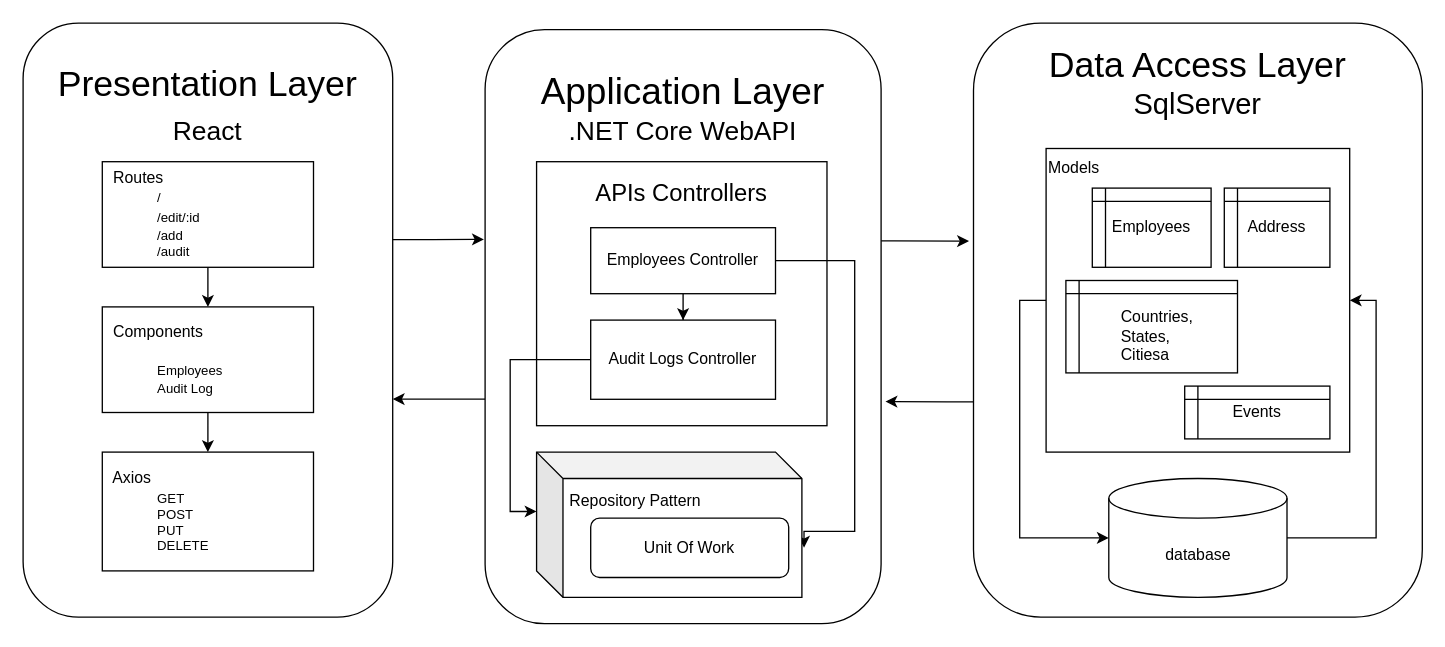
ShivaShirsath/React-AuditForEmp keeps this draw.io diagram as src/assets/Untitled Diagram.drawio. Above is the earlier version. Source tidied: cells renumbered, new cells numbered last; positions are measured from the earlier drawing's top-left corner, leaving out a move shared by most shapes. Both pictures are drawn from the tidied source at 132%, with x=0, y=0 at pixel (22, 22).
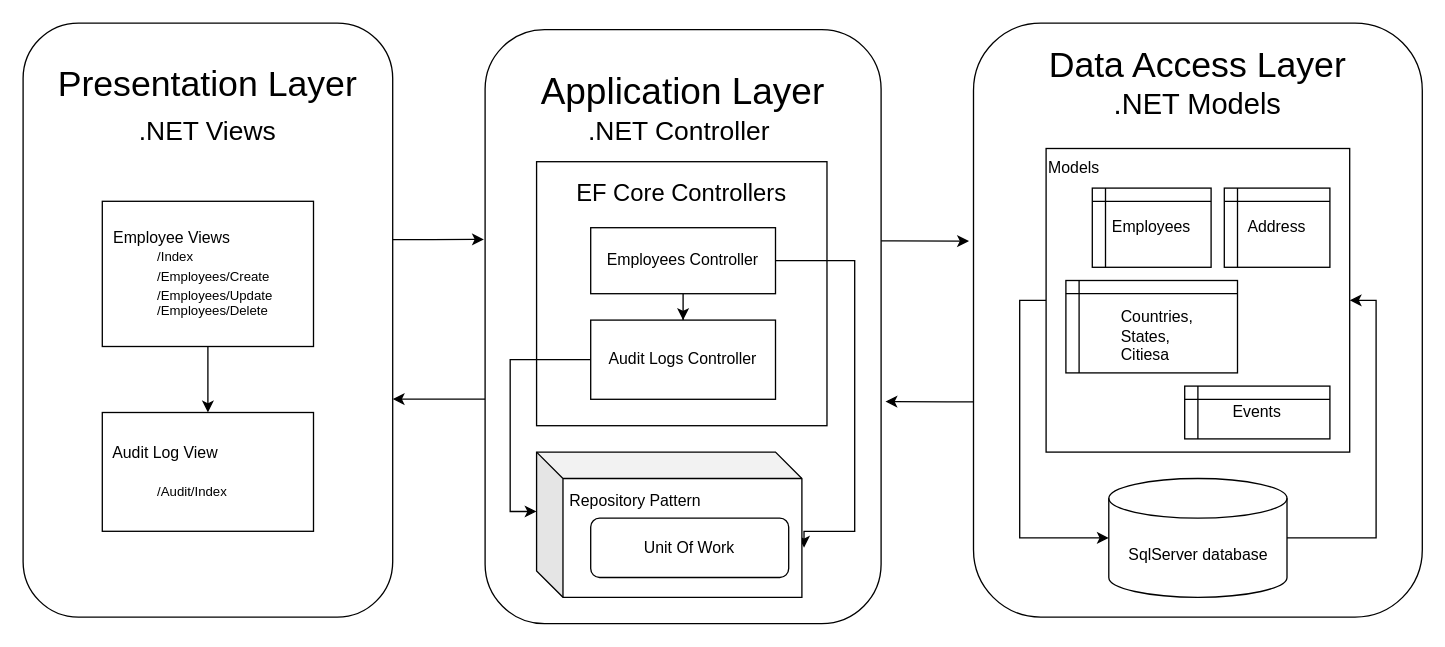
After the change.

What changed in the source:
```diff
@@
-    <mxCell id="3" value="&lt;font style=&quot;font-size: 27px;&quot;&gt;Presentation Layer&lt;br&gt;&lt;/font&gt;&lt;font style=&quot;font-size: 20px;&quot;&gt;React&lt;/font&gt;&lt;font style=&quot;font-size: 27px;&quot;&gt;&lt;br&gt;&lt;br&gt;&lt;br&gt;&lt;br&gt;&lt;br&gt;&lt;br&gt;&lt;br&gt;&lt;br&gt;&lt;br&gt;&lt;br&gt;&lt;br&gt;&lt;/font&gt;" style="rounded=1;whiteSpace=wrap;html=1;" parent="1" vertex="1">
+    <mxCell id="3" value="&lt;font style=&quot;font-size: 27px;&quot;&gt;Presentation Layer&lt;br&gt;&lt;/font&gt;&lt;font style=&quot;font-size: 20px;&quot;&gt;.NET Views&lt;/font&gt;&lt;font style=&quot;font-size: 27px;&quot;&gt;&lt;br&gt;&lt;br&gt;&lt;br&gt;&lt;br&gt;&lt;br&gt;&lt;br&gt;&lt;br&gt;&lt;br&gt;&lt;br&gt;&lt;br&gt;&lt;br&gt;&lt;/font&gt;" style="rounded=1;whiteSpace=wrap;html=1;" parent="1" vertex="1">
       <mxGeometry width="280" height="450" as="geometry" />
     </mxCell>
@@
-    <mxCell id="6" value="&lt;font&gt;&lt;span style=&quot;font-size: 28px;&quot;&gt;Application Layer&lt;/span&gt;&lt;/font&gt;&lt;font style=&quot;&quot;&gt;&lt;br&gt;&lt;font style=&quot;font-size: 20px;&quot;&gt;.NET Core WebAPI&lt;/font&gt;&lt;/font&gt;&lt;font&gt;&lt;br&gt;&lt;br&gt;&lt;br&gt;&lt;br&gt;&lt;br&gt;&lt;br&gt;&lt;br&gt;&lt;br&gt;&lt;br&gt;&lt;br&gt;&lt;br&gt;&lt;br&gt;&lt;br&gt;&lt;br&gt;&lt;br&gt;&lt;br&gt;&lt;br&gt;&lt;br&gt;&lt;br&gt;&lt;br&gt;&lt;br&gt;&lt;br&gt;&lt;br&gt;&lt;br&gt;&lt;/font&gt;" style="rounded=1;whiteSpace=wrap;html=1;align=center;" parent="1" vertex="1">
+    <mxCell id="6" value="&lt;font&gt;&lt;span style=&quot;font-size: 28px;&quot;&gt;Application Layer&lt;/span&gt;&lt;/font&gt;&lt;font style=&quot;&quot;&gt;&lt;br&gt;&lt;font style=&quot;font-size: 20px;&quot;&gt;.NET Controller&amp;nbsp;&lt;/font&gt;&lt;/font&gt;&lt;font&gt;&lt;br&gt;&lt;br&gt;&lt;br&gt;&lt;br&gt;&lt;br&gt;&lt;br&gt;&lt;br&gt;&lt;br&gt;&lt;br&gt;&lt;br&gt;&lt;br&gt;&lt;br&gt;&lt;br&gt;&lt;br&gt;&lt;br&gt;&lt;br&gt;&lt;br&gt;&lt;br&gt;&lt;br&gt;&lt;br&gt;&lt;br&gt;&lt;br&gt;&lt;br&gt;&lt;br&gt;&lt;/font&gt;" style="rounded=1;whiteSpace=wrap;html=1;align=center;" parent="1" vertex="1">
       <mxGeometry x="350" y="5" width="300" height="450" as="geometry" />
     </mxCell>
@@
-    <mxCell id="8" value="&lt;font&gt;&lt;span style=&quot;font-size: 27px;&quot;&gt;Data Access Layer&lt;/span&gt;&lt;br&gt;&lt;/font&gt;&lt;font style=&quot;font-size: 22px;&quot;&gt;SqlServer&lt;/font&gt;&lt;font&gt;&lt;br&gt;&lt;br&gt;&lt;br&gt;&lt;br&gt;&lt;br&gt;&lt;br&gt;&lt;br&gt;&lt;br&gt;&lt;br&gt;&lt;br&gt;&lt;br&gt;&lt;br&gt;&lt;br&gt;&lt;br&gt;&lt;br&gt;&lt;br&gt;&lt;br&gt;&lt;br&gt;&lt;br&gt;&lt;br&gt;&lt;br&gt;&lt;br&gt;&lt;br&gt;&lt;br&gt;&lt;br&gt;&lt;br&gt;&lt;/font&gt;" style="rounded=1;whiteSpace=wrap;html=1;" parent="1" vertex="1">
+    <mxCell id="8" value="&lt;font&gt;&lt;span style=&quot;font-size: 27px;&quot;&gt;Data Access Layer&lt;/span&gt;&lt;br&gt;&lt;/font&gt;&lt;font style=&quot;font-size: 22px;&quot;&gt;.NET Models&lt;/font&gt;&lt;font&gt;&lt;br&gt;&lt;br&gt;&lt;br&gt;&lt;br&gt;&lt;br&gt;&lt;br&gt;&lt;br&gt;&lt;br&gt;&lt;br&gt;&lt;br&gt;&lt;br&gt;&lt;br&gt;&lt;br&gt;&lt;br&gt;&lt;br&gt;&lt;br&gt;&lt;br&gt;&lt;br&gt;&lt;br&gt;&lt;br&gt;&lt;br&gt;&lt;br&gt;&lt;br&gt;&lt;br&gt;&lt;br&gt;&lt;br&gt;&lt;/font&gt;" style="rounded=1;whiteSpace=wrap;html=1;" parent="1" vertex="1">
       <mxGeometry x="720" width="340" height="450" as="geometry" />
     </mxCell>
@@
-    <mxCell id="10" value="&lt;blockquote style=&quot;margin: 0 0 0 40px; border: none; padding: 0px;&quot;&gt;&lt;/blockquote&gt;&lt;span style=&quot;background-color: initial;&quot;&gt;&amp;nbsp; Routes&lt;/span&gt;&lt;br&gt;&lt;blockquote style=&quot;margin: 0 0 0 40px; border: none; padding: 0px;&quot;&gt;&lt;span style=&quot;background-color: initial; font-size: 10px;&quot;&gt;/&lt;br&gt;&lt;/span&gt;&lt;span style=&quot;background-color: initial; font-size: 10px;&quot;&gt;/edit/:id&lt;br&gt;&lt;/span&gt;&lt;span style=&quot;background-color: initial; font-size: 10px;&quot;&gt;/add&lt;/span&gt;&lt;font style=&quot;font-size: 10px;&quot;&gt;&lt;div style=&quot;&quot;&gt;&lt;span style=&quot;background-color: initial;&quot;&gt;/audit&lt;/span&gt;&lt;/div&gt;&lt;/font&gt;&lt;/blockquote&gt;" style="rounded=0;whiteSpace=wrap;html=1;align=left;" parent="1" vertex="1">
-      <mxGeometry x="60" y="105" width="160" height="80" as="geometry" />
+    <mxCell id="10" value="&lt;blockquote style=&quot;margin: 0 0 0 40px; border: none; padding: 0px;&quot;&gt;&lt;/blockquote&gt;&lt;span style=&quot;background-color: initial;&quot;&gt;&amp;nbsp; Employee Views&lt;/span&gt;&lt;br style=&quot;border-color: var(--border-color);&quot;&gt;&lt;blockquote style=&quot;margin: 0 0 0 40px; border: none; padding: 0px;&quot;&gt;&lt;span style=&quot;background-color: initial; font-size: 10px;&quot;&gt;/Index&lt;/span&gt;&lt;br style=&quot;border-color: var(--border-color);&quot;&gt;&lt;span style=&quot;border-color: var(--border-color); background-color: initial; font-size: 10px;&quot;&gt;/Employees/Create&lt;/span&gt;&lt;span style=&quot;background-color: initial; font-size: 10px;&quot;&gt;&lt;br&gt;&lt;/span&gt;&lt;font style=&quot;font-size: 10px;&quot;&gt;&lt;span style=&quot;border-color: var(--border-color); background-color: initial;&quot;&gt;/Employees/Update&lt;/span&gt;&lt;div style=&quot;&quot;&gt;&lt;span style=&quot;border-color: var(--border-color); background-color: initial;&quot;&gt;/Employees/Delete&lt;/span&gt;&lt;br&gt;&lt;/div&gt;&lt;/font&gt;&lt;/blockquote&gt;" style="rounded=0;whiteSpace=wrap;html=1;align=left;" parent="1" vertex="1">
+      <mxGeometry x="60" y="135" width="160" height="110" as="geometry" />
     </mxCell>
-    <mxCell id="11" style="edgeStyle=orthogonalEdgeStyle;rounded=0;jettySize=auto;html=1;entryX=0.5;entryY=0;entryDx=0;entryDy=0;" parent="1" edge="1" source="12" target="13">
-      <mxGeometry relative="1" as="geometry" />
-    </mxCell>
-    <mxCell id="12" value="&amp;nbsp; Components&lt;br&gt;&lt;font style=&quot;font-size: 10px;&quot;&gt;&lt;br&gt;&lt;/font&gt;&lt;blockquote style=&quot;margin: 0 0 0 40px; border: none; padding: 0px;&quot;&gt;&lt;font style=&quot;font-size: 10px;&quot;&gt;Employees&lt;br&gt;&lt;/font&gt;&lt;font style=&quot;font-size: 10px;&quot;&gt;Audit Log&lt;/font&gt;&lt;/blockquote&gt;" style="rounded=0;whiteSpace=wrap;html=1;align=left;" parent="1" vertex="1">
-      <mxGeometry x="60" y="215" width="160" height="80" as="geometry" />
+    <mxCell id="12" value="&amp;nbsp; Audit Log View&lt;br&gt;&lt;font style=&quot;font-size: 10px;&quot;&gt;&lt;br&gt;&lt;/font&gt;&lt;blockquote style=&quot;margin: 0 0 0 40px; border: none; padding: 0px;&quot;&gt;&lt;font style=&quot;font-size: 10px;&quot;&gt;/Audit/Index&lt;/font&gt;&lt;br&gt;&lt;/blockquote&gt;" style="rounded=0;whiteSpace=wrap;html=1;align=left;" parent="1" vertex="1">
+      <mxGeometry x="60" y="295" width="160" height="90" as="geometry" />
     </mxCell>
-    <mxCell id="13" value="&lt;div style=&quot;&quot;&gt;&lt;span style=&quot;background-color: initial;&quot;&gt;&amp;nbsp; Axios&lt;/span&gt;&lt;/div&gt;&lt;blockquote style=&quot;margin: 0 0 0 40px; border: none; padding: 0px;&quot;&gt;&lt;div style=&quot;&quot;&gt;&lt;span style=&quot;font-size: 10px; background-color: initial;&quot;&gt;GET&lt;/span&gt;&lt;/div&gt;&lt;font style=&quot;font-size: 10px;&quot;&gt;&lt;div style=&quot;&quot;&gt;&lt;span style=&quot;background-color: initial;&quot;&gt;POST&lt;/span&gt;&lt;/div&gt;&lt;/font&gt;&lt;font style=&quot;font-size: 10px;&quot;&gt;&lt;div style=&quot;&quot;&gt;&lt;span style=&quot;background-color: initial;&quot;&gt;PUT&lt;/span&gt;&lt;/div&gt;&lt;/font&gt;&lt;font style=&quot;font-size: 10px;&quot;&gt;&lt;div style=&quot;&quot;&gt;&lt;span style=&quot;background-color: initial;&quot;&gt;DELETE&lt;/span&gt;&lt;/div&gt;&lt;/font&gt;&lt;/blockquote&gt;" style="rounded=0;whiteSpace=wrap;html=1;align=left;" parent="1" vertex="1">
-      <mxGeometry x="60" y="325" width="160" height="90" as="geometry" />
-    </mxCell>
-    <mxCell id="14" value="&lt;font style=&quot;font-size: 18px;&quot;&gt;APIs Controllers&lt;br&gt;&lt;br&gt;&lt;br&gt;&lt;br&gt;&lt;br&gt;&lt;br&gt;&lt;br&gt;&lt;br&gt;&lt;/font&gt;" style="rounded=0;whiteSpace=wrap;html=1;" parent="1" vertex="1">
+    <mxCell id="14" value="&lt;font style=&quot;font-size: 18px;&quot;&gt;EF Core Controllers&lt;br&gt;&lt;br&gt;&lt;br&gt;&lt;br&gt;&lt;br&gt;&lt;br&gt;&lt;br&gt;&lt;br&gt;&lt;/font&gt;" style="rounded=0;whiteSpace=wrap;html=1;" parent="1" vertex="1">
       <mxGeometry x="389" y="105" width="220" height="200" as="geometry" />
     </mxCell>
@@
-    <mxCell id="21" value="database" style="shape=cylinder3;whiteSpace=wrap;html=1;boundedLbl=1;backgroundOutline=1;size=15;" parent="1" vertex="1">
+    <mxCell id="21" value="SqlServer database" style="shape=cylinder3;whiteSpace=wrap;html=1;boundedLbl=1;backgroundOutline=1;size=15;" parent="1" vertex="1">
       <mxGeometry x="822.5" y="345" width="135" height="90" as="geometry" />
     </mxCell>
```
